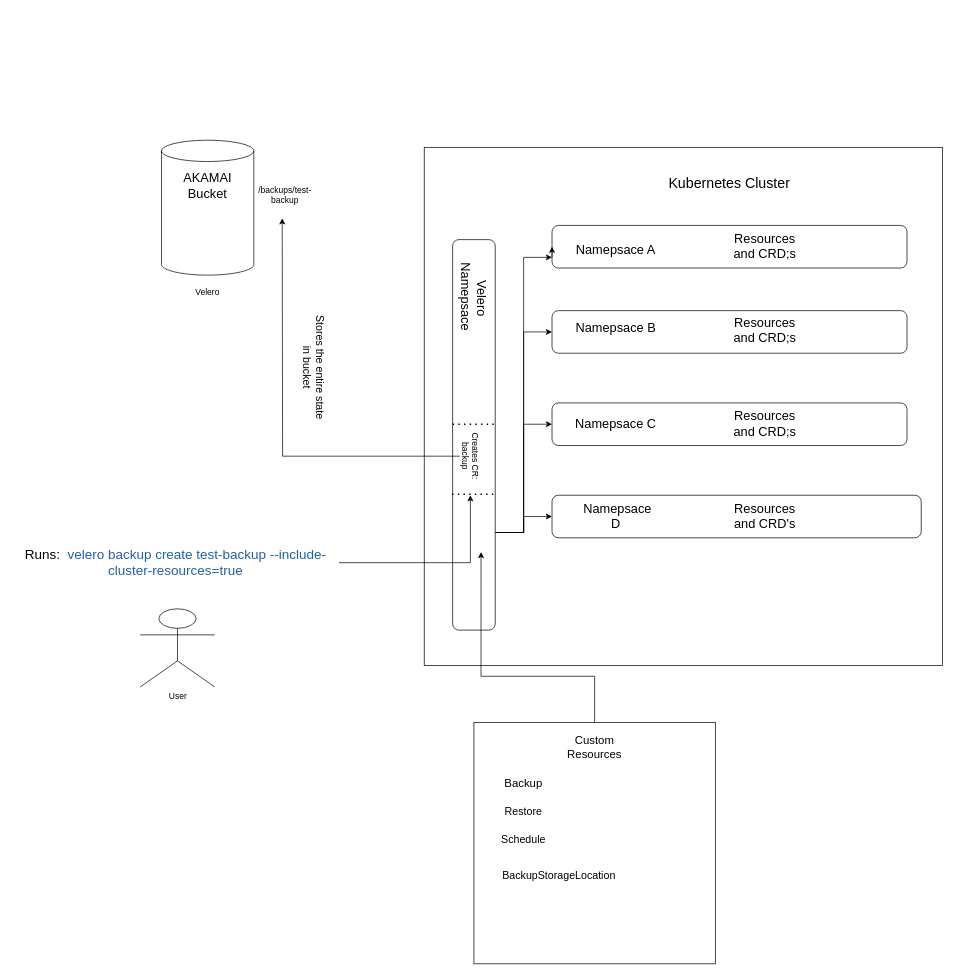
Earlier version of the draw.io diagram Velero.drawio (shubhamdhumal-in/Diagrams). Source tidied: cells renumbered, new cells numbered last; positions are measured from the earlier drawing's top-left corner, leaving out a move shared by most shapes. Both pictures are drawn from the tidied source at 71%, with x=0, y=0 at pixel (12, 140).
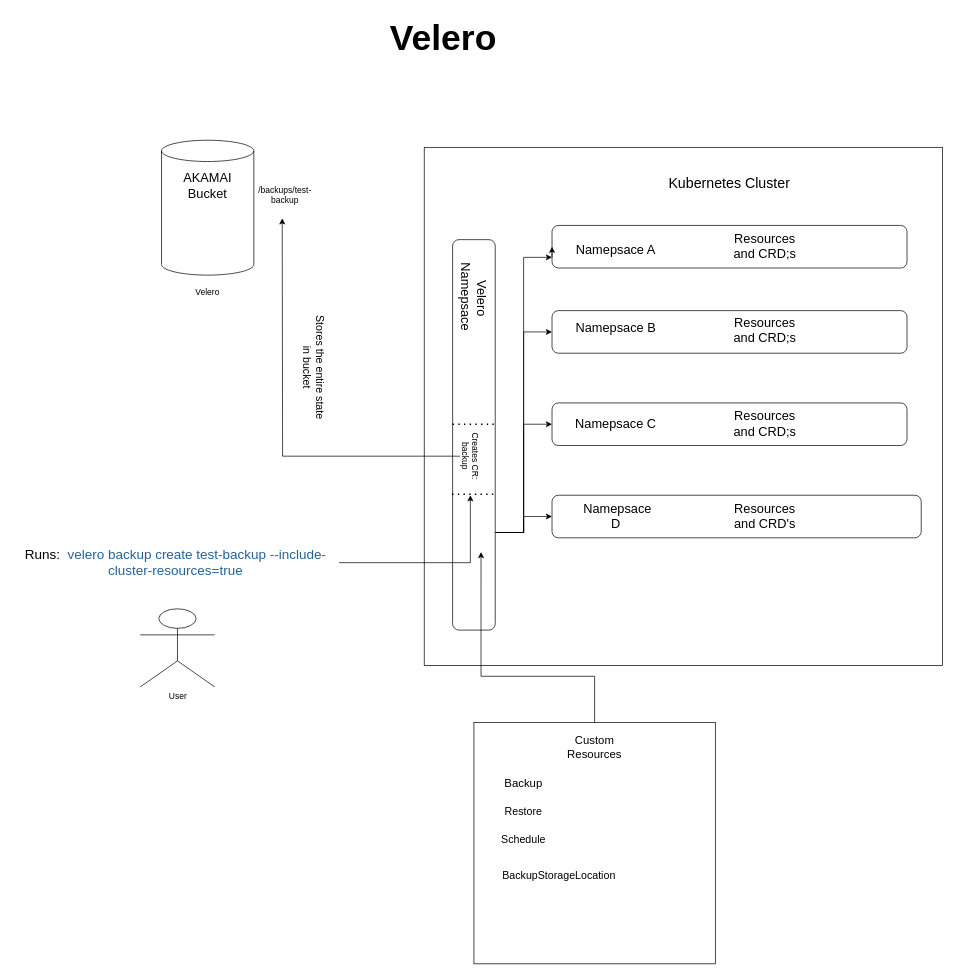
The same diagram, later.

What changed in the source:
```diff
@@
+    <mxCell id="43" value="&lt;h1 style=&quot;margin-top: 0px;&quot;&gt;&lt;font style=&quot;font-size: 50px;&quot;&gt;Velero&amp;nbsp;&lt;/font&gt;&lt;/h1&gt;" style="text;html=1;whiteSpace=wrap;overflow=hidden;rounded=0;" parent="1" vertex="1">
+      <mxGeometry x="530" y="-180" width="170" height="90" as="geometry" />
+    </mxCell>
```
